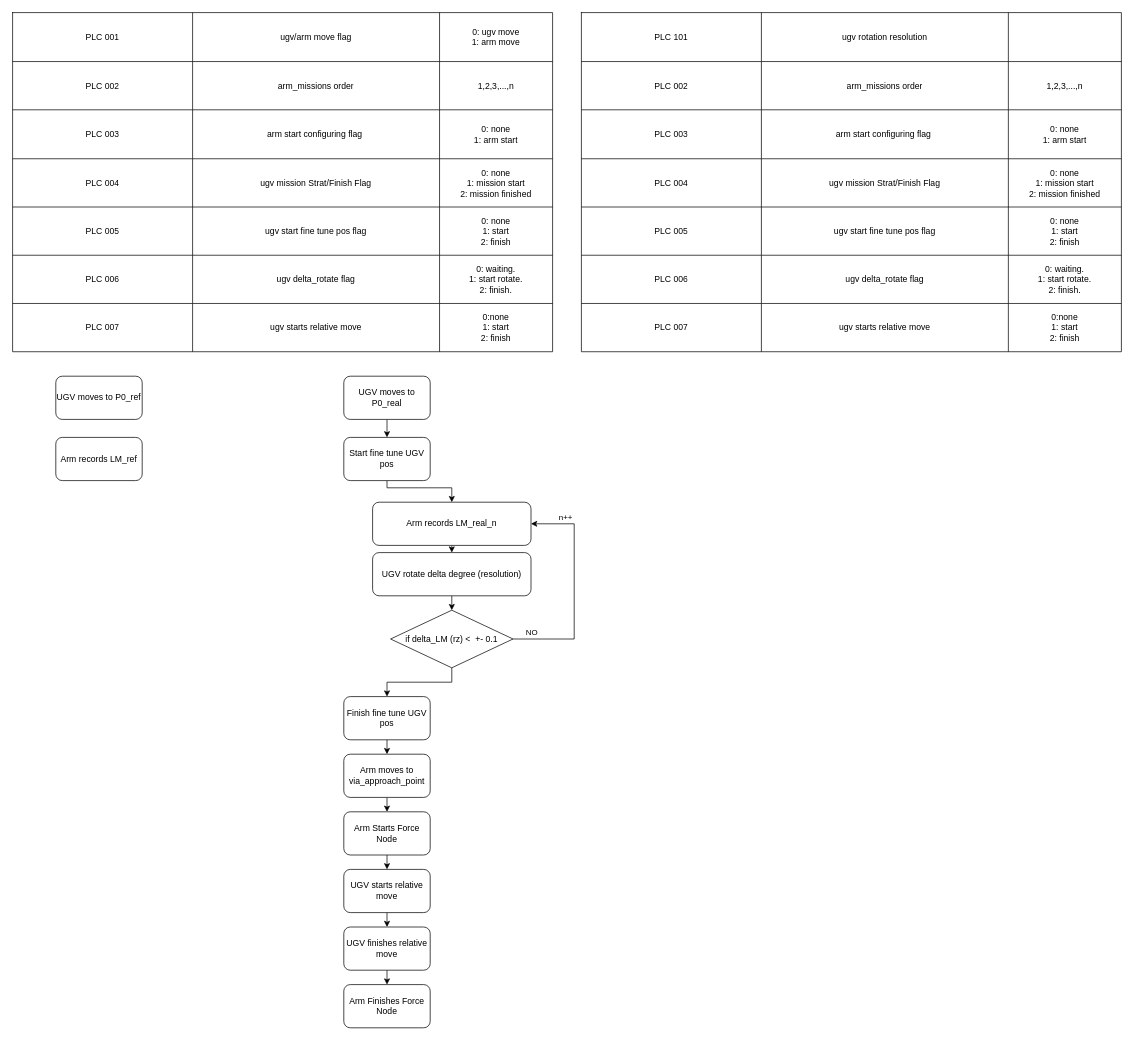
The draw.io diagram page "MiR-RMove" (9 of 9) of workflows/w0303_workflow_summary.drawio in wuyongf/w0303-ipc1, before the edit. Source tidied: cells renumbered, new cells numbered last; positions are measured from the earlier drawing's top-left corner, leaving out a move shared by most shapes. Both pictures are drawn from the tidied source at 72%, with x=0, y=0 at pixel (12, 12).
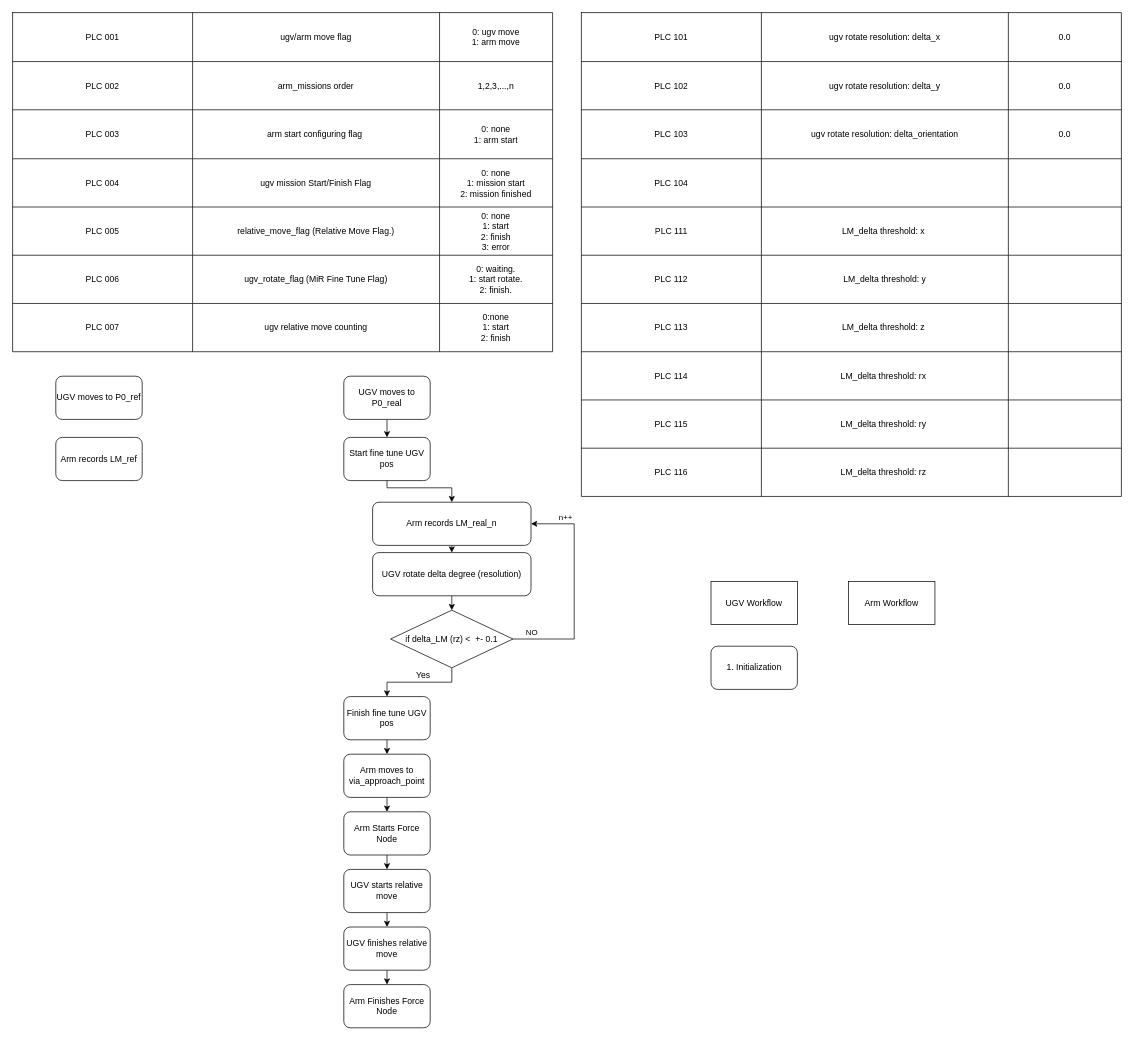
The same page after the edit.

Unchanged cells that the change refers to:
```xml
<mxCell id="15" style="shape=partialRectangle;html=1;whiteSpace=wrap;fillColor=none;top=0;left=0;bottom=0;right=0;" parent="2" vertex="1">
  <mxGeometry y="203" width="750" height="67" as="geometry" />
</mxCell>
<mxCell id="19" style="shape=partialRectangle;html=1;whiteSpace=wrap;fillColor=none;top=0;left=0;bottom=0;right=0;" parent="2" vertex="1">
  <mxGeometry y="270" width="750" height="67" as="geometry" />
</mxCell>
<mxCell id="23" style="shape=partialRectangle;html=1;whiteSpace=wrap;fillColor=none;top=0;left=0;bottom=0;right=0;" parent="2" vertex="1">
  <mxGeometry y="337" width="750" height="67" as="geometry" />
</mxCell>
<mxCell id="27" style="shape=partialRectangle;html=1;whiteSpace=wrap;fillColor=none;top=0;left=0;bottom=0;right=0;" parent="2" vertex="1">
  <mxGeometry y="404" width="750" height="67" as="geometry" />
</mxCell>
<mxCell id="58" style="shape=partialRectangle;html=1;whiteSpace=wrap;fillColor=none;top=0;left=0;bottom=0;right=0;" parent="57" vertex="1">
  <mxGeometry width="750" height="68" as="geometry" />
</mxCell>
<mxCell id="62" style="shape=partialRectangle;html=1;whiteSpace=wrap;fillColor=none;top=0;left=0;bottom=0;right=0;" parent="57" vertex="1">
  <mxGeometry y="68" width="750" height="67" as="geometry" />
</mxCell>
<mxCell id="66" style="shape=partialRectangle;html=1;whiteSpace=wrap;fillColor=none;top=0;left=0;bottom=0;right=0;" parent="57" vertex="1">
  <mxGeometry y="135" width="750" height="68" as="geometry" />
</mxCell>
<mxCell id="70" style="shape=partialRectangle;html=1;whiteSpace=wrap;fillColor=none;top=0;left=0;bottom=0;right=0;" parent="57" vertex="1">
  <mxGeometry y="203" width="750" height="67" as="geometry" />
</mxCell>
<mxCell id="74" style="shape=partialRectangle;html=1;whiteSpace=wrap;fillColor=none;top=0;left=0;bottom=0;right=0;" parent="57" vertex="1">
  <mxGeometry y="270" width="750" height="67" as="geometry" />
</mxCell>
<mxCell id="78" style="shape=partialRectangle;html=1;whiteSpace=wrap;fillColor=none;top=0;left=0;bottom=0;right=0;" parent="57" vertex="1">
  <mxGeometry y="337" width="750" height="67" as="geometry" />
</mxCell>
<mxCell id="82" style="shape=partialRectangle;html=1;whiteSpace=wrap;fillColor=none;top=0;left=0;bottom=0;right=0;" parent="57" vertex="1">
  <mxGeometry y="404" width="750" height="67" as="geometry" />
</mxCell>
```

Diff of the diagram source:
```diff
@@
-    <mxCell id="17" value="ugv mission Strat/Finish Flag" style="shape=partialRectangle;html=1;whiteSpace=wrap;fillColor=none;top=0;left=0;bottom=0;right=0;overflow=hidden;" parent="15" vertex="1">
+    <mxCell id="17" value="ugv mission Start/Finish Flag" style="shape=partialRectangle;html=1;whiteSpace=wrap;fillColor=none;top=0;left=0;bottom=0;right=0;overflow=hidden;" parent="15" vertex="1">
       <mxGeometry x="250" width="343" height="67" as="geometry" />
     </mxCell>
@@
-    <mxCell id="21" value="ugv start fine tune pos flag" style="shape=partialRectangle;html=1;whiteSpace=wrap;fillColor=none;top=0;left=0;bottom=0;right=0;overflow=hidden;" parent="19" vertex="1">
+    <mxCell id="21" value="relative_move_flag (Relative Move Flag.)" style="shape=partialRectangle;html=1;whiteSpace=wrap;fillColor=none;top=0;left=0;bottom=0;right=0;overflow=hidden;" parent="19" vertex="1">
       <mxGeometry x="250" width="343" height="67" as="geometry" />
     </mxCell>
-    <mxCell id="22" value="0: none&lt;br&gt;1: start&lt;br&gt;2: finish" style="shape=partialRectangle;html=1;whiteSpace=wrap;fillColor=none;top=0;left=0;bottom=0;right=0;overflow=hidden;" parent="19" vertex="1">
+    <mxCell id="22" value="0: none&lt;br&gt;1: start&lt;br&gt;2: finish&lt;br&gt;3: error" style="shape=partialRectangle;html=1;whiteSpace=wrap;fillColor=none;top=0;left=0;bottom=0;right=0;overflow=hidden;" parent="19" vertex="1">
       <mxGeometry x="593" width="157" height="67" as="geometry" />
     </mxCell>
@@
-    <mxCell id="25" value="ugv delta_rotate flag" style="shape=partialRectangle;html=1;whiteSpace=wrap;fillColor=none;top=0;left=0;bottom=0;right=0;overflow=hidden;" parent="23" vertex="1">
+    <mxCell id="25" value="ugv_rotate_flag (MiR Fine Tune Flag)" style="shape=partialRectangle;html=1;whiteSpace=wrap;fillColor=none;top=0;left=0;bottom=0;right=0;overflow=hidden;" parent="23" vertex="1">
       <mxGeometry x="250" width="343" height="67" as="geometry" />
     </mxCell>
@@
-    <mxCell id="29" value="ugv starts relative move" style="shape=partialRectangle;html=1;whiteSpace=wrap;fillColor=none;top=0;left=0;bottom=0;right=0;overflow=hidden;" parent="27" vertex="1">
+    <mxCell id="29" value="ugv relative move counting" style="shape=partialRectangle;html=1;whiteSpace=wrap;fillColor=none;top=0;left=0;bottom=0;right=0;overflow=hidden;" parent="27" vertex="1">
       <mxGeometry x="250" width="343" height="67" as="geometry" />
     </mxCell>
@@
     <mxCell id="57" style="shape=table;html=1;whiteSpace=wrap;startSize=0;childLayout=tableLayout;" parent="1" vertex="1">
-      <mxGeometry x="790" width="750" height="471" as="geometry" />
+      <mxGeometry x="790" width="750" height="672" as="geometry" />
     </mxCell>
@@
-    <mxCell id="60" value="ugv rotation resolution" style="shape=partialRectangle;html=1;whiteSpace=wrap;fillColor=none;top=0;left=0;bottom=0;right=0;overflow=hidden;" parent="58" vertex="1">
+    <mxCell id="60" value="ugv rotate resolution: delta_x" style="shape=partialRectangle;html=1;whiteSpace=wrap;fillColor=none;top=0;left=0;bottom=0;right=0;overflow=hidden;" parent="58" vertex="1">
       <mxGeometry x="250" width="343" height="68" as="geometry" />
     </mxCell>
-    <mxCell id="61" style="shape=partialRectangle;html=1;whiteSpace=wrap;fillColor=none;top=0;left=0;bottom=0;right=0;overflow=hidden;" parent="58" vertex="1">
+    <mxCell id="61" value="0.0" style="shape=partialRectangle;html=1;whiteSpace=wrap;fillColor=none;top=0;left=0;bottom=0;right=0;overflow=hidden;" parent="58" vertex="1">
       <mxGeometry x="593" width="157" height="68" as="geometry" />
     </mxCell>
@@
-    <mxCell id="63" value="PLC 002" style="shape=partialRectangle;html=1;whiteSpace=wrap;fillColor=none;top=0;left=0;bottom=0;right=0;overflow=hidden;" parent="62" vertex="1">
+    <mxCell id="63" value="PLC 102" style="shape=partialRectangle;html=1;whiteSpace=wrap;fillColor=none;top=0;left=0;bottom=0;right=0;overflow=hidden;" parent="62" vertex="1">
       <mxGeometry width="250" height="67" as="geometry" />
     </mxCell>
-    <mxCell id="64" value="arm_missions order" style="shape=partialRectangle;html=1;whiteSpace=wrap;fillColor=none;top=0;left=0;bottom=0;right=0;overflow=hidden;" parent="62" vertex="1">
+    <mxCell id="64" value="&lt;span&gt;ugv rotate resolution: delta_y&lt;/span&gt;" style="shape=partialRectangle;html=1;whiteSpace=wrap;fillColor=none;top=0;left=0;bottom=0;right=0;overflow=hidden;" parent="62" vertex="1">
       <mxGeometry x="250" width="343" height="67" as="geometry" />
     </mxCell>
-    <mxCell id="65" value="1,2,3,...,n" style="shape=partialRectangle;html=1;whiteSpace=wrap;fillColor=none;top=0;left=0;bottom=0;right=0;overflow=hidden;" parent="62" vertex="1">
+    <mxCell id="65" value="0.0" style="shape=partialRectangle;html=1;whiteSpace=wrap;fillColor=none;top=0;left=0;bottom=0;right=0;overflow=hidden;" parent="62" vertex="1">
       <mxGeometry x="593" width="157" height="67" as="geometry" />
     </mxCell>
@@
-    <mxCell id="67" value="PLC 003" style="shape=partialRectangle;html=1;whiteSpace=wrap;fillColor=none;top=0;left=0;bottom=0;right=0;overflow=hidden;" parent="66" vertex="1">
+    <mxCell id="67" value="PLC 103" style="shape=partialRectangle;html=1;whiteSpace=wrap;fillColor=none;top=0;left=0;bottom=0;right=0;overflow=hidden;" parent="66" vertex="1">
       <mxGeometry width="250" height="68" as="geometry" />
     </mxCell>
-    <mxCell id="68" value="arm start configuring flag&amp;nbsp;" style="shape=partialRectangle;html=1;whiteSpace=wrap;fillColor=none;top=0;left=0;bottom=0;right=0;overflow=hidden;" parent="66" vertex="1">
+    <mxCell id="68" value="&lt;span&gt;ugv rotate resolution: delta_orientation&lt;/span&gt;" style="shape=partialRectangle;html=1;whiteSpace=wrap;fillColor=none;top=0;left=0;bottom=0;right=0;overflow=hidden;" parent="66" vertex="1">
       <mxGeometry x="250" width="343" height="68" as="geometry" />
     </mxCell>
-    <mxCell id="69" value="0: none&lt;br&gt;1: arm start" style="shape=partialRectangle;html=1;whiteSpace=wrap;fillColor=none;top=0;left=0;bottom=0;right=0;overflow=hidden;" parent="66" vertex="1">
+    <mxCell id="69" value="0.0" style="shape=partialRectangle;html=1;whiteSpace=wrap;fillColor=none;top=0;left=0;bottom=0;right=0;overflow=hidden;" parent="66" vertex="1">
       <mxGeometry x="593" width="157" height="68" as="geometry" />
     </mxCell>
@@
-    <mxCell id="71" value="PLC 004" style="shape=partialRectangle;html=1;whiteSpace=wrap;fillColor=none;top=0;left=0;bottom=0;right=0;overflow=hidden;" parent="70" vertex="1">
+    <mxCell id="71" value="PLC 104" style="shape=partialRectangle;html=1;whiteSpace=wrap;fillColor=none;top=0;left=0;bottom=0;right=0;overflow=hidden;" parent="70" vertex="1">
       <mxGeometry width="250" height="67" as="geometry" />
     </mxCell>
-    <mxCell id="72" value="ugv mission Strat/Finish Flag" style="shape=partialRectangle;html=1;whiteSpace=wrap;fillColor=none;top=0;left=0;bottom=0;right=0;overflow=hidden;" parent="70" vertex="1">
+    <mxCell id="72" style="shape=partialRectangle;html=1;whiteSpace=wrap;fillColor=none;top=0;left=0;bottom=0;right=0;overflow=hidden;" parent="70" vertex="1">
       <mxGeometry x="250" width="343" height="67" as="geometry" />
     </mxCell>
-    <mxCell id="73" value="0: none&lt;br&gt;1: mission start&lt;br&gt;2: mission finished" style="shape=partialRectangle;html=1;whiteSpace=wrap;fillColor=none;top=0;left=0;bottom=0;right=0;overflow=hidden;" parent="70" vertex="1">
+    <mxCell id="73" style="shape=partialRectangle;html=1;whiteSpace=wrap;fillColor=none;top=0;left=0;bottom=0;right=0;overflow=hidden;" parent="70" vertex="1">
       <mxGeometry x="593" width="157" height="67" as="geometry" />
     </mxCell>
@@
-    <mxCell id="75" value="PLC 005" style="shape=partialRectangle;html=1;whiteSpace=wrap;fillColor=none;top=0;left=0;bottom=0;right=0;overflow=hidden;" parent="74" vertex="1">
+    <mxCell id="75" value="PLC 111" style="shape=partialRectangle;html=1;whiteSpace=wrap;fillColor=none;top=0;left=0;bottom=0;right=0;overflow=hidden;" parent="74" vertex="1">
       <mxGeometry width="250" height="67" as="geometry" />
     </mxCell>
-    <mxCell id="76" value="ugv start fine tune pos flag" style="shape=partialRectangle;html=1;whiteSpace=wrap;fillColor=none;top=0;left=0;bottom=0;right=0;overflow=hidden;" parent="74" vertex="1">
+    <mxCell id="76" value="&lt;span&gt;LM_delta threshold: x&amp;nbsp;&lt;/span&gt;" style="shape=partialRectangle;html=1;whiteSpace=wrap;fillColor=none;top=0;left=0;bottom=0;right=0;overflow=hidden;" parent="74" vertex="1">
       <mxGeometry x="250" width="343" height="67" as="geometry" />
     </mxCell>
-    <mxCell id="77" value="0: none&lt;br&gt;1: start&lt;br&gt;2: finish" style="shape=partialRectangle;html=1;whiteSpace=wrap;fillColor=none;top=0;left=0;bottom=0;right=0;overflow=hidden;" parent="74" vertex="1">
+    <mxCell id="77" style="shape=partialRectangle;html=1;whiteSpace=wrap;fillColor=none;top=0;left=0;bottom=0;right=0;overflow=hidden;" parent="74" vertex="1">
       <mxGeometry x="593" width="157" height="67" as="geometry" />
     </mxCell>
@@
-    <mxCell id="79" value="PLC 006" style="shape=partialRectangle;html=1;whiteSpace=wrap;fillColor=none;top=0;left=0;bottom=0;right=0;overflow=hidden;" parent="78" vertex="1">
+    <mxCell id="79" value="PLC 112" style="shape=partialRectangle;html=1;whiteSpace=wrap;fillColor=none;top=0;left=0;bottom=0;right=0;overflow=hidden;" parent="78" vertex="1">
       <mxGeometry width="250" height="67" as="geometry" />
     </mxCell>
-    <mxCell id="80" value="ugv delta_rotate flag" style="shape=partialRectangle;html=1;whiteSpace=wrap;fillColor=none;top=0;left=0;bottom=0;right=0;overflow=hidden;" parent="78" vertex="1">
+    <mxCell id="80" value="&lt;span&gt;LM_delta threshold: y&lt;/span&gt;" style="shape=partialRectangle;html=1;whiteSpace=wrap;fillColor=none;top=0;left=0;bottom=0;right=0;overflow=hidden;" parent="78" vertex="1">
       <mxGeometry x="250" width="343" height="67" as="geometry" />
     </mxCell>
-    <mxCell id="81" value="0: waiting.&lt;br&gt;1: start rotate.&lt;br&gt;2: finish." style="shape=partialRectangle;html=1;whiteSpace=wrap;fillColor=none;top=0;left=0;bottom=0;right=0;overflow=hidden;" parent="78" vertex="1">
+    <mxCell id="81" style="shape=partialRectangle;html=1;whiteSpace=wrap;fillColor=none;top=0;left=0;bottom=0;right=0;overflow=hidden;" parent="78" vertex="1">
       <mxGeometry x="593" width="157" height="67" as="geometry" />
     </mxCell>
@@
-    <mxCell id="83" value="PLC 007" style="shape=partialRectangle;html=1;whiteSpace=wrap;fillColor=none;top=0;left=0;bottom=0;right=0;overflow=hidden;" parent="82" vertex="1">
+    <mxCell id="83" value="PLC 113" style="shape=partialRectangle;html=1;whiteSpace=wrap;fillColor=none;top=0;left=0;bottom=0;right=0;overflow=hidden;" parent="82" vertex="1">
       <mxGeometry width="250" height="67" as="geometry" />
     </mxCell>
-    <mxCell id="84" value="ugv starts relative move" style="shape=partialRectangle;html=1;whiteSpace=wrap;fillColor=none;top=0;left=0;bottom=0;right=0;overflow=hidden;" parent="82" vertex="1">
+    <mxCell id="84" value="&lt;span&gt;LM_delta threshold: z&amp;nbsp;&lt;/span&gt;" style="shape=partialRectangle;html=1;whiteSpace=wrap;fillColor=none;top=0;left=0;bottom=0;right=0;overflow=hidden;" parent="82" vertex="1">
       <mxGeometry x="250" width="343" height="67" as="geometry" />
     </mxCell>
-    <mxCell id="85" value="0:none&lt;br&gt;1: start&lt;br&gt;2: finish" style="shape=partialRectangle;html=1;whiteSpace=wrap;fillColor=none;top=0;left=0;bottom=0;right=0;overflow=hidden;" parent="82" vertex="1">
+    <mxCell id="85" style="shape=partialRectangle;html=1;whiteSpace=wrap;fillColor=none;top=0;left=0;bottom=0;right=0;overflow=hidden;" parent="82" vertex="1">
       <mxGeometry x="593" width="157" height="67" as="geometry" />
     </mxCell>
+    <mxCell id="86" style="shape=partialRectangle;html=1;whiteSpace=wrap;fillColor=none;top=0;left=0;bottom=0;right=0;" parent="57" vertex="1">
+      <mxGeometry y="471" width="750" height="67" as="geometry" />
+    </mxCell>
+    <mxCell id="87" value="&lt;span&gt;PLC 114&lt;/span&gt;" style="shape=partialRectangle;html=1;whiteSpace=wrap;fillColor=none;top=0;left=0;bottom=0;right=0;overflow=hidden;" parent="86" vertex="1">
+      <mxGeometry width="250" height="67" as="geometry" />
+    </mxCell>
+    <mxCell id="88" value="&lt;span&gt;LM_delta threshold: rx&amp;nbsp;&lt;/span&gt;" style="shape=partialRectangle;html=1;whiteSpace=wrap;fillColor=none;top=0;left=0;bottom=0;right=0;overflow=hidden;" parent="86" vertex="1">
+      <mxGeometry x="250" width="343" height="67" as="geometry" />
+    </mxCell>
+    <mxCell id="89" style="shape=partialRectangle;html=1;whiteSpace=wrap;fillColor=none;top=0;left=0;bottom=0;right=0;overflow=hidden;" parent="86" vertex="1">
+      <mxGeometry x="593" width="157" height="67" as="geometry" />
+    </mxCell>
+    <mxCell id="90" style="shape=partialRectangle;html=1;whiteSpace=wrap;fillColor=none;top=0;left=0;bottom=0;right=0;" parent="57" vertex="1">
+      <mxGeometry y="538" width="750" height="67" as="geometry" />
+    </mxCell>
+    <mxCell id="91" value="&lt;span&gt;PLC 115&lt;/span&gt;" style="shape=partialRectangle;html=1;whiteSpace=wrap;fillColor=none;top=0;left=0;bottom=0;right=0;overflow=hidden;" parent="90" vertex="1">
+      <mxGeometry width="250" height="67" as="geometry" />
+    </mxCell>
+    <mxCell id="92" value="&lt;span&gt;LM_delta threshold: ry&amp;nbsp;&lt;/span&gt;" style="shape=partialRectangle;html=1;whiteSpace=wrap;fillColor=none;top=0;left=0;bottom=0;right=0;overflow=hidden;" parent="90" vertex="1">
+      <mxGeometry x="250" width="343" height="67" as="geometry" />
+    </mxCell>
+    <mxCell id="93" style="shape=partialRectangle;html=1;whiteSpace=wrap;fillColor=none;top=0;left=0;bottom=0;right=0;overflow=hidden;" parent="90" vertex="1">
+      <mxGeometry x="593" width="157" height="67" as="geometry" />
+    </mxCell>
+    <mxCell id="94" style="shape=partialRectangle;html=1;whiteSpace=wrap;fillColor=none;top=0;left=0;bottom=0;right=0;" parent="57" vertex="1">
+      <mxGeometry y="605" width="750" height="67" as="geometry" />
+    </mxCell>
+    <mxCell id="95" value="&lt;span&gt;PLC 116&lt;/span&gt;" style="shape=partialRectangle;html=1;whiteSpace=wrap;fillColor=none;top=0;left=0;bottom=0;right=0;overflow=hidden;" parent="94" vertex="1">
+      <mxGeometry width="250" height="67" as="geometry" />
+    </mxCell>
+    <mxCell id="96" value="&lt;span&gt;LM_delta threshold: rz&amp;nbsp;&lt;/span&gt;" style="shape=partialRectangle;html=1;whiteSpace=wrap;fillColor=none;top=0;left=0;bottom=0;right=0;overflow=hidden;" parent="94" vertex="1">
+      <mxGeometry x="250" width="343" height="67" as="geometry" />
+    </mxCell>
+    <mxCell id="97" style="shape=partialRectangle;html=1;whiteSpace=wrap;fillColor=none;top=0;left=0;bottom=0;right=0;overflow=hidden;" parent="94" vertex="1">
+      <mxGeometry x="593" width="157" height="67" as="geometry" />
+    </mxCell>
+    <mxCell id="98" value="Yes" style="text;html=1;align=center;verticalAlign=middle;strokeColor=none;" parent="1" vertex="1">
+      <mxGeometry x="555" y="910" width="30" height="20" as="geometry" />
+    </mxCell>
+    <mxCell id="99" value="UGV Workflow" style="rounded=0;whiteSpace=wrap;html=1;" parent="1" vertex="1">
+      <mxGeometry x="970" y="790" width="120" height="60" as="geometry" />
+    </mxCell>
+    <mxCell id="100" value="Arm Workflow" style="rounded=0;whiteSpace=wrap;html=1;" parent="1" vertex="1">
+      <mxGeometry x="1161" y="790" width="120" height="60" as="geometry" />
+    </mxCell>
+    <mxCell id="101" value="1. Initialization" style="rounded=1;whiteSpace=wrap;html=1;" parent="1" vertex="1">
+      <mxGeometry x="970" y="880" width="120" height="60" as="geometry" />
+    </mxCell>
```
